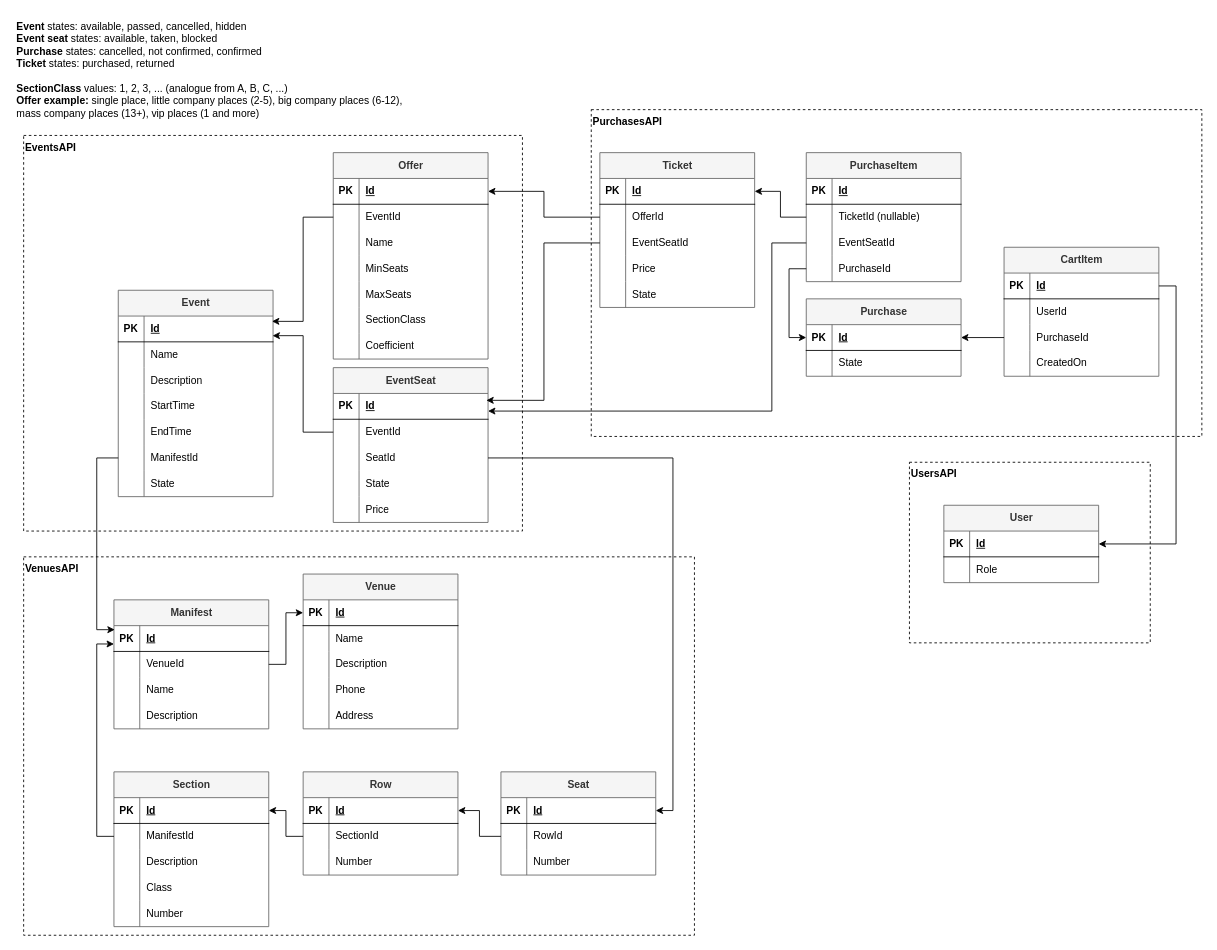
This is page "Database" (4 of 4) of docs/Diagrams.drawio from leg0ushque/ticket-management, a draw.io file, before an edit. Source tidied: cells renumbered, new cells numbered last; positions are measured from the earlier drawing's top-left corner, leaving out a move shared by most shapes. Both pictures are drawn from the tidied source at 86%, with x=0, y=0 at pixel (15, 15).
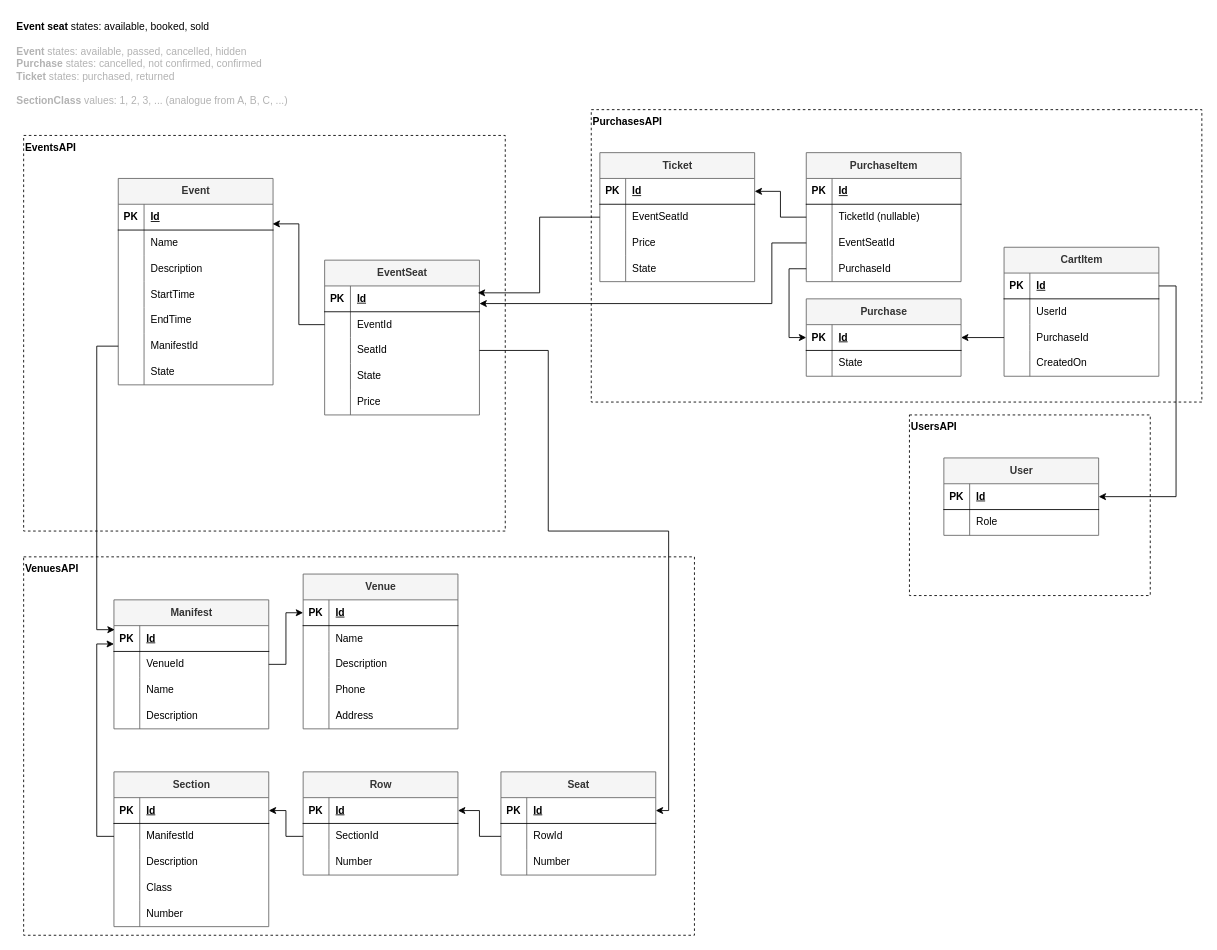
The same page after the edit.

Unchanged cells that the change refers to:
```xml
<mxCell id="7" style="shape=tableRow;horizontal=0;startSize=0;swimlaneHead=0;swimlaneBody=0;fillColor=none;points=[[0,0.5],[1,0.5]];portConstraint=eastwest;top=0;left=0;right=0;bottom=1;" parent="6" vertex="1">
  <mxGeometry y="30" width="180" height="30" as="geometry" />
</mxCell>
<mxCell id="115" style="shape=tableRow;horizontal=0;startSize=0;swimlaneHead=0;swimlaneBody=0;fillColor=none;points=[[0,0.5],[1,0.5]];portConstraint=eastwest;top=0;left=0;right=0;bottom=1;" parent="114" vertex="1">
  <mxGeometry y="30" width="180" height="30" as="geometry" />
</mxCell>
<mxCell id="148" style="shape=tableRow;horizontal=0;startSize=0;swimlaneHead=0;swimlaneBody=0;fillColor=none;points=[[0,0.5],[1,0.5]];portConstraint=eastwest;top=0;left=0;right=0;bottom=1;" parent="147" vertex="1">
  <mxGeometry y="30" width="180" height="30" as="geometry" />
</mxCell>
<mxCell id="154" style="shape=tableRow;horizontal=0;startSize=0;swimlaneHead=0;swimlaneBody=0;fillColor=none;points=[[0,0.5],[1,0.5]];portConstraint=eastwest;top=0;left=0;right=0;bottom=0;" parent="147" vertex="1">
  <mxGeometry y="90" width="180" height="30" as="geometry" />
</mxCell>
<mxCell id="172" style="shape=tableRow;horizontal=0;startSize=0;swimlaneHead=0;swimlaneBody=0;fillColor=none;points=[[0,0.5],[1,0.5]];portConstraint=eastwest;top=0;left=0;right=0;bottom=0;" parent="165" vertex="1">
  <mxGeometry y="90" width="180" height="30" as="geometry" />
</mxCell>
```

Diff of the diagram source:
```diff
@@
     <mxCell id="3" value="EventsAPI" style="rounded=0;whiteSpace=wrap;html=1;align=left;verticalAlign=top;dashed=1;fontStyle=1;" parent="1" vertex="1">
-      <mxGeometry x="10" y="140" width="580" height="460" as="geometry" />
+      <mxGeometry x="10" y="140" width="560" height="460" as="geometry" />
     </mxCell>
     <mxCell id="4" value="&lt;b&gt;PurchasesAPI&lt;/b&gt;" style="rounded=0;whiteSpace=wrap;html=1;align=left;verticalAlign=top;dashed=1;" parent="1" vertex="1">
-      <mxGeometry x="670" y="110" width="710" height="380" as="geometry" />
+      <mxGeometry x="670" y="110" width="710" height="340" as="geometry" />
     </mxCell>
     <mxCell id="5" value="UsersAPI" style="rounded=0;whiteSpace=wrap;html=1;align=left;verticalAlign=top;dashed=1;fontStyle=1;" parent="1" vertex="1">
-      <mxGeometry x="1040" y="520" width="280" height="210" as="geometry" />
+      <mxGeometry x="1040" y="465" width="280" height="210" as="geometry" />
     </mxCell>
     <mxCell id="6" value="Event" style="shape=table;startSize=30;childLayout=tableLayout;rowLines=0;fontStyle=1;align=center;html=1;fillColor=#f5f5f5;fontColor=#333333;strokeColor=#666666;" parent="1" vertex="1">
-      <mxGeometry x="120" y="320" width="180" height="240" as="geometry" />
+      <mxGeometry x="120" y="190" width="180" height="240" as="geometry" />
     </mxCell>
@@
-    <mxCell id="57" value="Offer" style="shape=table;startSize=30;childLayout=tableLayout;rowLines=0;fontStyle=1;align=center;html=1;fillColor=#f5f5f5;fontColor=#333333;strokeColor=#666666;" parent="1" vertex="1">
-      <mxGeometry x="370" y="160" width="180" height="240" as="geometry" />
-    </mxCell>
-    <mxCell id="58" style="shape=tableRow;horizontal=0;startSize=0;swimlaneHead=0;swimlaneBody=0;fillColor=none;points=[[0,0.5],[1,0.5]];portConstraint=eastwest;top=0;left=0;right=0;bottom=1;" parent="57" vertex="1">
-      <mxGeometry y="30" width="180" height="30" as="geometry" />
-    </mxCell>
-    <mxCell id="59" value="PK" style="shape=partialRectangle;fillColor=none;top=0;left=0;bottom=0;right=0;fontStyle=1;overflow=hidden;whiteSpace=wrap;html=1;" parent="58" vertex="1">
-      <mxGeometry width="30" height="30" as="geometry" />
-    </mxCell>
-    <mxCell id="60" value="Id" style="shape=partialRectangle;fillColor=none;top=0;left=0;bottom=0;right=0;align=left;spacingLeft=6;fontStyle=5;overflow=hidden;whiteSpace=wrap;html=1;" parent="58" vertex="1">
-      <mxGeometry x="30" width="150" height="30" as="geometry" />
-    </mxCell>
-    <mxCell id="61" style="shape=tableRow;horizontal=0;startSize=0;swimlaneHead=0;swimlaneBody=0;fillColor=none;points=[[0,0.5],[1,0.5]];portConstraint=eastwest;top=0;left=0;right=0;bottom=0;" parent="57" vertex="1">
-      <mxGeometry y="60" width="180" height="30" as="geometry" />
-    </mxCell>
-    <mxCell id="62" style="shape=partialRectangle;fillColor=none;top=0;left=0;bottom=0;right=0;overflow=hidden;whiteSpace=wrap;html=1;" parent="61" vertex="1">
-      <mxGeometry width="30" height="30" as="geometry" />
-    </mxCell>
-    <mxCell id="63" value="EventId" style="shape=partialRectangle;fillColor=none;top=0;left=0;bottom=0;right=0;align=left;spacingLeft=6;overflow=hidden;whiteSpace=wrap;html=1;" parent="61" vertex="1">
-      <mxGeometry x="30" width="150" height="30" as="geometry" />
-    </mxCell>
-    <mxCell id="64" style="shape=tableRow;horizontal=0;startSize=0;swimlaneHead=0;swimlaneBody=0;fillColor=none;top=0;left=0;right=0;bottom=0;" parent="57" vertex="1">
-      <mxGeometry y="90" width="180" height="30" as="geometry" />
-    </mxCell>
-    <mxCell id="65" style="shape=partialRectangle;fillColor=none;top=0;left=0;bottom=0;right=0;overflow=hidden;whiteSpace=wrap;html=1;" parent="64" vertex="1">
-      <mxGeometry width="30" height="30" as="geometry" />
-    </mxCell>
-    <mxCell id="66" value="Name&lt;span style=&quot;white-space: pre;&quot;&gt;&#9;&lt;/span&gt;" style="shape=partialRectangle;fillColor=none;top=0;left=0;bottom=0;right=0;align=left;spacingLeft=6;overflow=hidden;whiteSpace=wrap;html=1;" parent="64" vertex="1">
-      <mxGeometry x="30" width="150" height="30" as="geometry" />
-    </mxCell>
-    <mxCell id="67" style="shape=tableRow;horizontal=0;startSize=0;swimlaneHead=0;swimlaneBody=0;fillColor=none;top=0;left=0;right=0;bottom=0;" parent="57" vertex="1">
-      <mxGeometry y="120" width="180" height="30" as="geometry" />
-    </mxCell>
-    <mxCell id="68" style="shape=partialRectangle;fillColor=none;top=0;left=0;bottom=0;right=0;overflow=hidden;whiteSpace=wrap;html=1;" parent="67" vertex="1">
-      <mxGeometry width="30" height="30" as="geometry" />
-    </mxCell>
-    <mxCell id="69" value="MinSeats" style="shape=partialRectangle;fillColor=none;top=0;left=0;bottom=0;right=0;align=left;spacingLeft=6;overflow=hidden;whiteSpace=wrap;html=1;" parent="67" vertex="1">
-      <mxGeometry x="30" width="150" height="30" as="geometry" />
-    </mxCell>
-    <mxCell id="70" style="shape=tableRow;horizontal=0;startSize=0;swimlaneHead=0;swimlaneBody=0;fillColor=none;top=0;left=0;right=0;bottom=0;" parent="57" vertex="1">
-      <mxGeometry y="150" width="180" height="30" as="geometry" />
-    </mxCell>
-    <mxCell id="71" style="shape=partialRectangle;fillColor=none;top=0;left=0;bottom=0;right=0;overflow=hidden;whiteSpace=wrap;html=1;" parent="70" vertex="1">
-      <mxGeometry width="30" height="30" as="geometry" />
-    </mxCell>
-    <mxCell id="72" value="MaxSeats" style="shape=partialRectangle;fillColor=none;top=0;left=0;bottom=0;right=0;align=left;spacingLeft=6;overflow=hidden;whiteSpace=wrap;html=1;" parent="70" vertex="1">
-      <mxGeometry x="30" width="150" height="30" as="geometry" />
-    </mxCell>
-    <mxCell id="73" style="shape=tableRow;horizontal=0;startSize=0;swimlaneHead=0;swimlaneBody=0;fillColor=none;top=0;left=0;right=0;bottom=0;" parent="57" vertex="1">
-      <mxGeometry y="180" width="180" height="30" as="geometry" />
-    </mxCell>
-    <mxCell id="74" style="shape=partialRectangle;fillColor=none;top=0;left=0;bottom=0;right=0;overflow=hidden;whiteSpace=wrap;html=1;" parent="73" vertex="1">
-      <mxGeometry width="30" height="30" as="geometry" />
-    </mxCell>
-    <mxCell id="75" value="SectionClass" style="shape=partialRectangle;fillColor=none;top=0;left=0;bottom=0;right=0;align=left;spacingLeft=6;overflow=hidden;whiteSpace=wrap;html=1;" parent="73" vertex="1">
-      <mxGeometry x="30" width="150" height="30" as="geometry" />
-    </mxCell>
-    <mxCell id="76" style="shape=tableRow;horizontal=0;startSize=0;swimlaneHead=0;swimlaneBody=0;fillColor=none;top=0;left=0;right=0;bottom=0;" parent="57" vertex="1">
-      <mxGeometry y="210" width="180" height="30" as="geometry" />
-    </mxCell>
-    <mxCell id="77" style="shape=partialRectangle;fillColor=none;top=0;left=0;bottom=0;right=0;overflow=hidden;whiteSpace=wrap;html=1;" parent="76" vertex="1">
-      <mxGeometry width="30" height="30" as="geometry" />
-    </mxCell>
-    <mxCell id="78" value="Coefficient" style="shape=partialRectangle;fillColor=none;top=0;left=0;bottom=0;right=0;align=left;spacingLeft=6;overflow=hidden;whiteSpace=wrap;html=1;" parent="76" vertex="1">
-      <mxGeometry x="30" width="150" height="30" as="geometry" />
-    </mxCell>
     <mxCell id="79" value="User" style="shape=table;startSize=30;childLayout=tableLayout;rowLines=0;fontStyle=1;align=center;html=1;fillColor=#f5f5f5;fontColor=#333333;strokeColor=#666666;" parent="1" vertex="1">
-      <mxGeometry x="1080" y="570" width="180" height="90" as="geometry" />
+      <mxGeometry x="1080" y="515" width="180" height="90" as="geometry" />
     </mxCell>
@@
     <mxCell id="147" value="EventSeat" style="shape=table;startSize=30;childLayout=tableLayout;rowLines=0;fontStyle=1;align=center;html=1;fillColor=#f5f5f5;fontColor=#333333;strokeColor=#666666;" parent="1" vertex="1">
-      <mxGeometry x="370" y="410" width="180" height="180" as="geometry" />
+      <mxGeometry x="360" y="285" width="180" height="180" as="geometry" />
     </mxCell>
@@
-    <mxCell id="164" value="&lt;b&gt;Event &lt;/b&gt;states: available, passed, cancelled, hidden&lt;br&gt;&lt;b&gt;Event seat &lt;/b&gt;states: available, taken, blocked&lt;br&gt;&lt;b&gt;Purchase &lt;/b&gt;states: cancelled, not confirmed, confirmed&lt;br&gt;&lt;b&gt;Ticket &lt;/b&gt;states: purchased, returned&lt;br&gt;&lt;br&gt;&lt;b&gt;SectionClass &lt;/b&gt;values: 1, 2, 3, ... (analogue from A, B, C, ...)&lt;br&gt;&lt;b&gt;Offer example: &lt;/b&gt;single place, little company places (2-5), big company places (6-12), mass company places (13+), vip places (1 and more)&amp;nbsp;" style="text;html=1;align=left;verticalAlign=top;whiteSpace=wrap;rounded=0;" parent="1" vertex="1">
+    <mxCell id="164" value="&lt;b style=&quot;border-color: var(--border-color);&quot;&gt;Event seat&amp;nbsp;&lt;/b&gt;states: available, booked, sold&lt;b&gt;&lt;br&gt;&lt;font color=&quot;#b3b3b3&quot;&gt;&lt;br&gt;Event &lt;/font&gt;&lt;/b&gt;&lt;font color=&quot;#b3b3b3&quot;&gt;states: available, passed, cancelled, hidden&lt;br&gt;&lt;b&gt;Purchase &lt;/b&gt;states: cancelled, not confirmed, confirmed&lt;br&gt;&lt;b&gt;Ticket &lt;/b&gt;states: purchased, returned&lt;br&gt;&lt;br&gt;&lt;b&gt;SectionClass &lt;/b&gt;values: 1, 2, 3, ... (analogue from A, B, C, ...)&amp;nbsp;&lt;/font&gt;" style="text;html=1;align=left;verticalAlign=top;whiteSpace=wrap;rounded=0;" parent="1" vertex="1">
       <mxGeometry width="460" height="130" as="geometry" />
     </mxCell>
@@
-    <mxCell id="178" style="edgeStyle=orthogonalEdgeStyle;rounded=0;jettySize=auto;html=1;exitX=0;exitY=0.5;exitDx=0;exitDy=0;entryX=0.993;entryY=0.206;entryDx=0;entryDy=0;entryPerimeter=0;" parent="1" edge="1" source="61" target="7">
-      <mxGeometry relative="1" as="geometry" />
-    </mxCell>
     <mxCell id="179" style="edgeStyle=orthogonalEdgeStyle;rounded=0;jettySize=auto;html=1;exitX=1;exitY=0.5;exitDx=0;exitDy=0;entryX=1;entryY=0.5;entryDx=0;entryDy=0;" parent="1" edge="1" source="154" target="115">
-      <mxGeometry relative="1" as="geometry" />
+      <mxGeometry relative="1" as="geometry">
+        <Array as="points">
+          <mxPoint x="620" y="390" />
+          <mxPoint x="620" y="600" />
+          <mxPoint x="760" y="600" />
+          <mxPoint x="760" y="925" />
+        </Array>
+      </mxGeometry>
     </mxCell>
@@
     <mxCell id="181" value="Ticket" style="shape=table;startSize=30;childLayout=tableLayout;rowLines=0;fontStyle=1;align=center;html=1;fillColor=#f5f5f5;fontColor=#333333;strokeColor=#666666;" parent="1" vertex="1">
-      <mxGeometry x="680" y="160" width="180" height="180" as="geometry" />
+      <mxGeometry x="680" y="160" width="180" height="150" as="geometry" />
     </mxCell>
@@
-    <mxCell id="185" style="shape=tableRow;horizontal=0;startSize=0;swimlaneHead=0;swimlaneBody=0;fillColor=none;points=[[0,0.5],[1,0.5]];portConstraint=eastwest;top=0;left=0;right=0;bottom=0;" parent="181" vertex="1">
-      <mxGeometry y="60" width="180" height="30" as="geometry" />
-    </mxCell>
-    <mxCell id="186" style="shape=partialRectangle;fillColor=none;top=0;left=0;bottom=0;right=0;overflow=hidden;whiteSpace=wrap;html=1;" parent="185" vertex="1">
-      <mxGeometry width="30" height="30" as="geometry" />
-    </mxCell>
-    <mxCell id="187" value="OfferId" style="shape=partialRectangle;fillColor=none;top=0;left=0;bottom=0;right=0;align=left;spacingLeft=6;overflow=hidden;whiteSpace=wrap;html=1;" parent="185" vertex="1">
-      <mxGeometry x="30" width="150" height="30" as="geometry" />
-    </mxCell>
     <mxCell id="188" style="shape=tableRow;horizontal=0;startSize=0;swimlaneHead=0;swimlaneBody=0;fillColor=none;points=[[0,0.5],[1,0.5]];portConstraint=eastwest;top=0;left=0;right=0;bottom=0;" parent="181" vertex="1">
-      <mxGeometry y="90" width="180" height="30" as="geometry" />
+      <mxGeometry y="60" width="180" height="30" as="geometry" />
     </mxCell>
@@
     <mxCell id="191" style="shape=tableRow;horizontal=0;startSize=0;swimlaneHead=0;swimlaneBody=0;fillColor=none;top=0;left=0;right=0;bottom=0;" parent="181" vertex="1">
-      <mxGeometry y="120" width="180" height="30" as="geometry" />
+      <mxGeometry y="90" width="180" height="30" as="geometry" />
     </mxCell>
@@
     <mxCell id="194" style="shape=tableRow;horizontal=0;startSize=0;swimlaneHead=0;swimlaneBody=0;fillColor=none;top=0;left=0;right=0;bottom=0;" parent="181" vertex="1">
-      <mxGeometry y="150" width="180" height="30" as="geometry" />
+      <mxGeometry y="120" width="180" height="30" as="geometry" />
     </mxCell>
@@
-    <mxCell id="198" style="edgeStyle=orthogonalEdgeStyle;rounded=0;jettySize=auto;html=1;exitX=0;exitY=0.5;exitDx=0;exitDy=0;entryX=1;entryY=0.5;entryDx=0;entryDy=0;" parent="1" edge="1" source="185" target="58">
-      <mxGeometry relative="1" as="geometry" />
-    </mxCell>
@@
     <mxCell id="202" style="edgeStyle=orthogonalEdgeStyle;rounded=0;jettySize=auto;html=1;exitX=0;exitY=0.5;exitDx=0;exitDy=0;entryX=1;entryY=0.683;entryDx=0;entryDy=0;entryPerimeter=0;" parent="1" edge="1" source="172" target="148">
       <mxGeometry relative="1" as="geometry">
         <Array as="points">
           <mxPoint x="880" y="265" />
-          <mxPoint x="880" y="461" />
+          <mxPoint x="880" y="336" />
         </Array>
       </mxGeometry>
     </mxCell>
```
